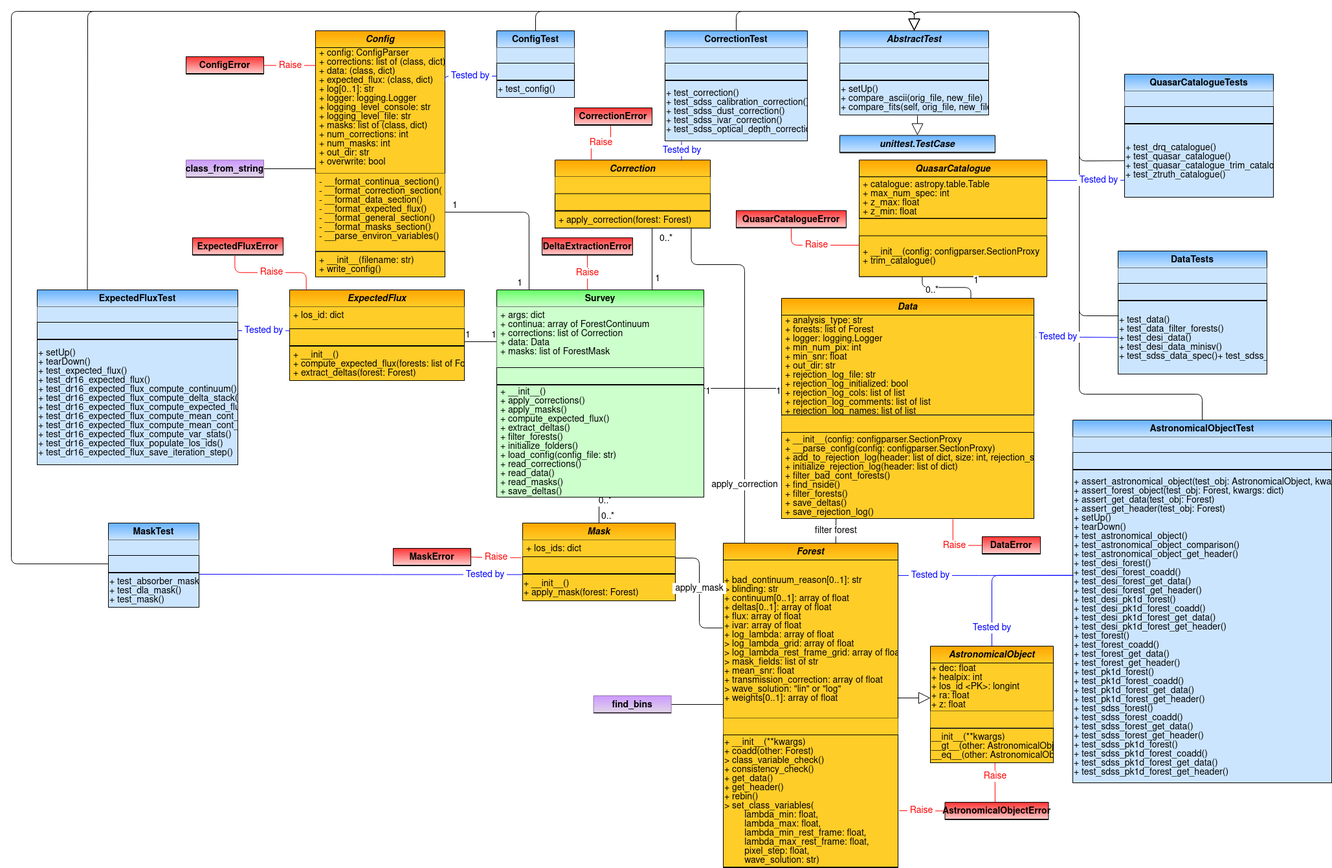
igmhub/picca keeps this draw.io diagram as docs/delta_extraction/data_model/data_model-Main.png. Above is the earlier version. Source tidied: cells renumbered, new cells last; positions are measured from the earlier drawing's top-left corner, leaving out a move shared by most shapes.
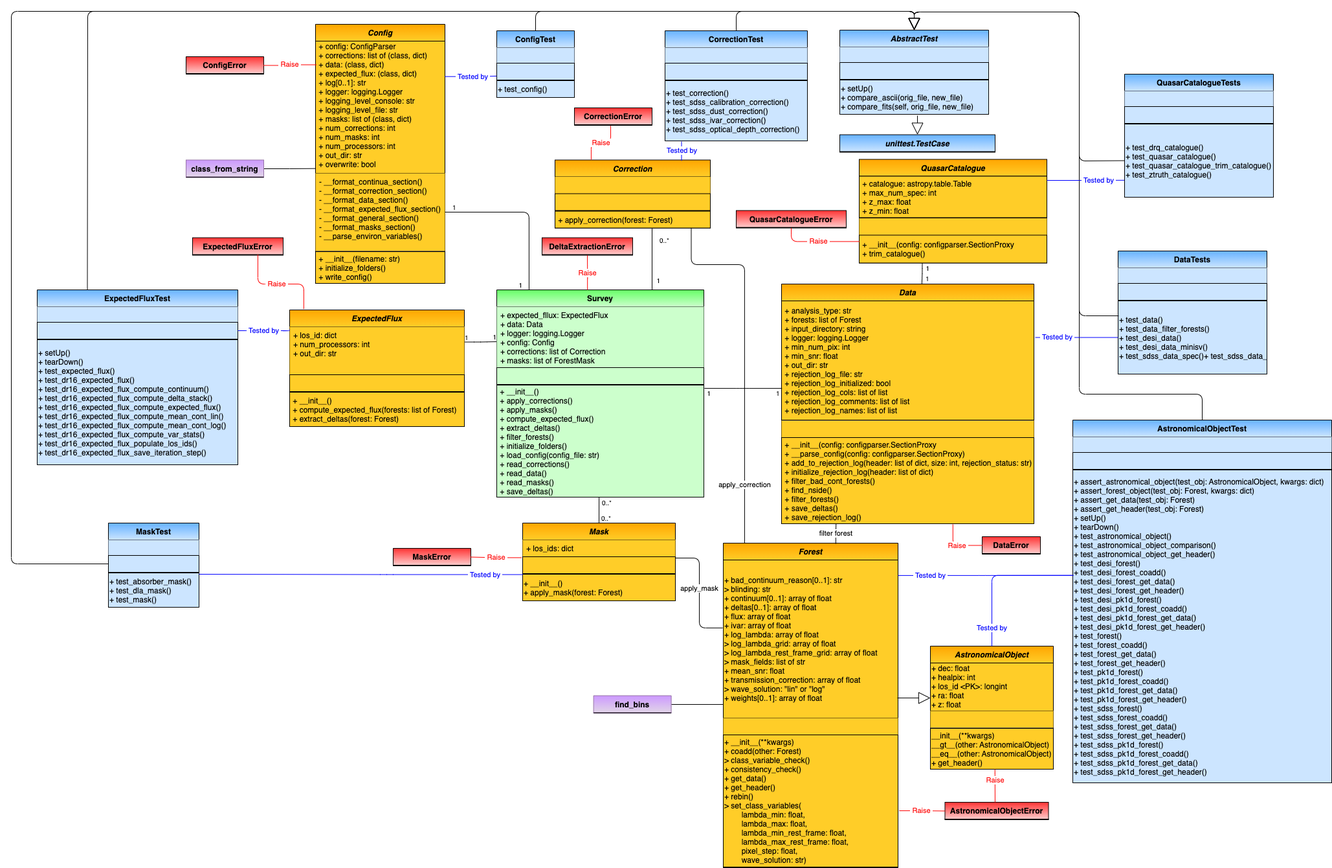
Later version of the same file.

Commit message:
updated data model

Change to the diagram source:
```diff
@@ -22,8 +22,4 @@
     </mxCell>
-    <mxCell id="5" style="endArrow=none;html=1;edgeStyle=orthogonalEdgeStyle;entryX=0;entryY=0.25;entryDx=0;entryDy=0;exitX=1.003;exitY=0.775;exitDx=0;exitDy=0;exitPerimeter=0;" parent="1" edge="1" source="30" target="8">
-      <mxGeometry relative="1" as="geometry">
-        <Array as="points">
-          <mxPoint x="750" y="510" />
-        </Array>
-      </mxGeometry>
+    <mxCell id="5" style="endArrow=none;html=1;edgeStyle=orthogonalEdgeStyle;entryX=0;entryY=0.25;entryDx=0;entryDy=0;exitX=1;exitY=0.318;exitDx=0;exitDy=0;exitPerimeter=0;" parent="1" edge="1" source="29" target="8">
+      <mxGeometry relative="1" as="geometry" />
     </mxCell>
@@ -40,3 +36,3 @@
     </mxCell>
-    <mxCell id="9" value="+ args: dict&#10;+ continua: array of ForestContinuum&#10;+ corrections: list of Correction&#10;+ data: Data&#10;+ masks: list of ForestMask&#10;" style="text;strokeColor=none;align=left;verticalAlign=top;spacingLeft=4;spacingRight=4;overflow=hidden;gradientColor=none;fillColor=#CCFFCC;" parent="8" vertex="1">
+    <mxCell id="9" value="+ expected_fllux: ExpectedFlux&#10;+ data: Data&#10;+ logger: logging.Logger&#10;+ config: Config&#10;+ corrections: list of Correction&#10;+ masks: list of ForestMask" style="text;strokeColor=none;align=left;verticalAlign=top;spacingLeft=4;spacingRight=4;overflow=hidden;gradientColor=none;fillColor=#CCFFCC;" parent="8" vertex="1">
       <mxGeometry y="26" width="320" height="94" as="geometry" />
@@ -98,30 +94,30 @@
     <mxCell id="28" value="ExpectedFlux" style="swimlane;fontStyle=3;horizontal=1;startSize=26;fillColor=#ffcd28;swimlaneFillColor=#ffffff;rounded=0;shadow=0;glass=0;comic=0;strokeColor=#000000;gradientColor=#ffa500;swimlaneLine=1;gradientDirection=north;" parent="1" vertex="1">
-      <mxGeometry x="430" y="430" width="270" height="140" as="geometry" />
+      <mxGeometry x="430" y="461" width="270" height="180" as="geometry" />
     </mxCell>
-    <mxCell id="29" value="+ los_id: dict" style="text;strokeColor=none;fillColor=#ffcd28;align=left;verticalAlign=top;spacingLeft=4;spacingRight=4;overflow=hidden;points=[[0,0.5],[1,0.5]];portConstraint=eastwest;gradientColor=none;" parent="28" vertex="1">
-      <mxGeometry y="26" width="270" height="34" as="geometry" />
+    <mxCell id="29" value="+ los_id: dict&#10;+ num_processors: int&#10;+ out_dir: str" style="text;strokeColor=none;fillColor=#ffcd28;align=left;verticalAlign=top;spacingLeft=4;spacingRight=4;overflow=hidden;points=[[0,0.5],[1,0.5]];portConstraint=eastwest;gradientColor=none;" parent="28" vertex="1">
+      <mxGeometry y="26" width="270" height="74" as="geometry" />
     </mxCell>
     <mxCell id="30" style="text;strokeColor=#000000;fillColor=#ffcd28;align=left;verticalAlign=middle;overflow=hidden;points=[[0,0.5],[1,0.5]];portConstraint=eastwest;rounded=0;shadow=0;glass=0;comic=0;fontStyle=0;gradientColor=none;swimlaneFillColor=#ffffff;gradientDirection=north;startSize=26;" parent="28" vertex="1">
-      <mxGeometry y="60" width="270" height="26" as="geometry" />
+      <mxGeometry y="100" width="270" height="26" as="geometry" />
     </mxCell>
     <mxCell id="31" style="line;strokeWidth=1;fillColor=none;align=left;verticalAlign=middle;spacingTop=-1;spacingLeft=3;spacingRight=3;labelPosition=right;rounded=0;shadow=0;glass=0;comic=0;" parent="28" vertex="1">
-      <mxGeometry y="86" width="270" height="1" as="geometry" />
+      <mxGeometry y="126" width="270" height="1" as="geometry" />
     </mxCell>
     <mxCell id="32" value=" + __init__()&#10; + compute_expected_flux(forests: list of Forest)&#10; + extract_deltas(forest: Forest)" style="text;strokeColor=#000000;fillColor=#ffcd28;align=left;verticalAlign=middle;overflow=hidden;rounded=0;shadow=0;glass=0;comic=0;fontStyle=0;gradientColor=none;swimlaneFillColor=#ffffff;gradientDirection=north;startSize=26;" parent="28" vertex="1">
-      <mxGeometry y="87" width="270" height="53" as="geometry" />
+      <mxGeometry y="127" width="270" height="53" as="geometry" />
     </mxCell>
     <mxCell id="33" value="Config" style="swimlane;fontStyle=3;horizontal=1;startSize=26;fillColor=#ffcd28;swimlaneFillColor=#ffffff;rounded=0;shadow=0;glass=0;comic=0;strokeColor=#000000;gradientColor=#ffa500;swimlaneLine=1;gradientDirection=north;" parent="1" vertex="1">
-      <mxGeometry x="470" y="30" width="200" height="380" as="geometry" />
+      <mxGeometry x="470" y="20" width="200" height="400" as="geometry" />
     </mxCell>
-    <mxCell id="34" value=" + config: ConfigParser&#10; + corrections: list of (class, dict)&#10; + data: (class, dict)&#10; + expected_flux: (class, dict)&#10; + log[0..1]: str&#10; + logger: logging.Logger&#10; + logging_level_console: str&#10; + logging_level_file: str&#10; + masks: list of (class, dict)&#10; + num_corrections: int&#10; + num_masks: int&#10; + out_dir: str&#10; + overwrite: bool&#10;" style="text;strokeColor=#000000;fillColor=#ffcd28;align=left;verticalAlign=middle;overflow=hidden;points=[[0,0.5],[1,0.5]];portConstraint=eastwest;rounded=0;shadow=0;glass=0;comic=0;fontStyle=0;gradientColor=none;swimlaneFillColor=#ffffff;gradientDirection=north;startSize=26;" parent="33" vertex="1">
-      <mxGeometry y="26" width="200" height="194" as="geometry" />
+    <mxCell id="34" value=" + config: ConfigParser&#10; + corrections: list of (class, dict)&#10; + data: (class, dict)&#10; + expected_flux: (class, dict)&#10; + log[0..1]: str&#10; + logger: logging.Logger&#10; + logging_level_console: str&#10; + logging_level_file: str&#10; + masks: list of (class, dict)&#10; + num_corrections: int&#10; + num_masks: int&#10; + num_processors: int&#10; + out_dir: str&#10; + overwrite: bool&#10;" style="text;strokeColor=#000000;fillColor=#ffcd28;align=left;verticalAlign=middle;overflow=hidden;points=[[0,0.5],[1,0.5]];portConstraint=eastwest;rounded=0;shadow=0;glass=0;comic=0;fontStyle=0;gradientColor=none;swimlaneFillColor=#ffffff;gradientDirection=north;startSize=26;" parent="33" vertex="1">
+      <mxGeometry y="26" width="200" height="204" as="geometry" />
     </mxCell>
-    <mxCell id="35" value="- __format_continua_section()&#10;- __format_correction_section()&#10;- __format_data_section()&#10;- __format_expected_flux()&#10;- __format_general_section()&#10;- __format_masks_section()&#10;- __parse_environ_variables()" style="text;strokeColor=none;fillColor=#ffcd28;align=left;verticalAlign=top;spacingLeft=4;spacingRight=4;overflow=hidden;points=[[0,0.5],[1,0.5]];portConstraint=eastwest;gradientColor=none;" parent="33" vertex="1">
-      <mxGeometry y="220" width="200" height="120" as="geometry" />
+    <mxCell id="35" value="- __format_continua_section()&#10;- __format_correction_section()&#10;- __format_data_section()&#10;- __format_expected_flux_section()&#10;- __format_general_section()&#10;- __format_masks_section()&#10;- __parse_environ_variables()" style="text;strokeColor=none;fillColor=#ffcd28;align=left;verticalAlign=top;spacingLeft=4;spacingRight=4;overflow=hidden;points=[[0,0.5],[1,0.5]];portConstraint=eastwest;gradientColor=none;" parent="33" vertex="1">
+      <mxGeometry y="230" width="200" height="120" as="geometry" />
     </mxCell>
     <mxCell id="36" style="line;strokeWidth=1;fillColor=none;align=left;verticalAlign=middle;spacingTop=-1;spacingLeft=3;spacingRight=3;labelPosition=right;rounded=0;shadow=0;glass=0;comic=0;" parent="33" vertex="1">
-      <mxGeometry y="340" width="200" height="1" as="geometry" />
+      <mxGeometry y="350" width="200" height="1" as="geometry" />
     </mxCell>
-    <mxCell id="37" value=" + __init__(filename: str)&#10; + write_config()" style="text;strokeColor=#000000;fillColor=#ffcd28;align=left;verticalAlign=middle;overflow=hidden;rounded=0;shadow=0;glass=0;comic=0;fontStyle=0;gradientColor=none;swimlaneFillColor=#ffffff;gradientDirection=north;startSize=26;" parent="33" vertex="1">
-      <mxGeometry y="341" width="200" height="39" as="geometry" />
+    <mxCell id="37" value=" + __init__(filename: str)&#10; + initialize_folders()&#10; + write_config()" style="text;strokeColor=#000000;fillColor=#ffcd28;align=left;verticalAlign=middle;overflow=hidden;rounded=0;shadow=0;glass=0;comic=0;fontStyle=0;gradientColor=none;swimlaneFillColor=#ffffff;gradientDirection=north;startSize=26;" parent="33" vertex="1">
+      <mxGeometry y="351" width="200" height="49" as="geometry" />
     </mxCell>
@@ -223,3 +219,3 @@
     <mxCell id="62" value="AbstractTest" style="swimlane;fontStyle=3;horizontal=1;startSize=26;swimlaneFillColor=#ffffff;rounded=0;shadow=0;glass=0;comic=0;strokeColor=#000000;swimlaneLine=1;gradientDirection=north;gradientColor=#66B2FF;fillColor=#CCE5FF;" parent="1" vertex="1">
-      <mxGeometry x="1280" y="30" width="230" height="130" as="geometry" />
+      <mxGeometry x="1280" y="29" width="230" height="130" as="geometry" />
     </mxCell>
@@ -281,3 +277,3 @@
     </mxCell>
-    <mxCell id="76" value="&amp;nbsp;Raise&amp;nbsp;" style="endArrow=none;html=1;edgeStyle=orthogonalEdgeStyle;entryX=1;entryY=0.5;entryDx=0;entryDy=0;exitX=0.004;exitY=0.142;exitDx=0;exitDy=0;exitPerimeter=0;strokeColor=#FF0000;fontColor=#FF0000;" parent="1" edge="1" source="34" target="51">
+    <mxCell id="76" value="&amp;nbsp;Raise&amp;nbsp;" style="endArrow=none;html=1;edgeStyle=orthogonalEdgeStyle;entryX=1;entryY=0.5;entryDx=0;entryDy=0;exitX=0.005;exitY=0.179;exitDx=0;exitDy=0;exitPerimeter=0;strokeColor=#FF0000;fontColor=#FF0000;" parent="1" edge="1" source="34" target="51">
       <mxGeometry relative="1" as="geometry" />
@@ -358,15 +354,15 @@
     <mxCell id="95" value="Data" style="swimlane;fontStyle=3;horizontal=1;startSize=26;fillColor=#ffcd28;swimlaneFillColor=#ffffff;rounded=0;shadow=0;glass=0;comic=0;strokeColor=#000000;gradientColor=#ffa500;swimlaneLine=1;gradientDirection=north;" parent="1" vertex="1">
-      <mxGeometry x="1190" y="443" width="390" height="340" as="geometry" />
+      <mxGeometry x="1190" y="421" width="390" height="370" as="geometry" />
     </mxCell>
-    <mxCell id="96" value=" + analysis_type: str&#10; + forests: list of Forest&#10; + logger: logging.Logger&#10; + min_num_pix: int&#10; + min_snr: float&#10; + out_dir: str&#10; + rejection_log_file: str&#10; + rejection_log_initialized: bool&#10; + rejection_log_cols: list of list&#10; + rejection_log_comments: list of list&#10; + rejection_log_names: list of list" style="text;strokeColor=#000000;fillColor=#ffcd28;align=left;verticalAlign=middle;overflow=hidden;points=[[0,0.5],[1,0.5]];portConstraint=eastwest;rounded=0;shadow=0;glass=0;comic=0;fontStyle=0;gradientColor=none;swimlaneFillColor=#ffffff;gradientDirection=north;startSize=26;" parent="95" vertex="1">
-      <mxGeometry y="26" width="390" height="154" as="geometry" />
+    <mxCell id="96" value=" + analysis_type: str&#10; + forests: list of Forest&#10; + input_directory: string&#10; + logger: logging.Logger&#10; + min_num_pix: int&#10; + min_snr: float&#10; + out_dir: str&#10; + rejection_log_file: str&#10; + rejection_log_initialized: bool&#10; + rejection_log_cols: list of list&#10; + rejection_log_comments: list of list&#10; + rejection_log_names: list of list" style="text;strokeColor=#000000;fillColor=#ffcd28;align=left;verticalAlign=middle;overflow=hidden;points=[[0,0.5],[1,0.5]];portConstraint=eastwest;rounded=0;shadow=0;glass=0;comic=0;fontStyle=0;gradientColor=none;swimlaneFillColor=#ffffff;gradientDirection=north;startSize=26;" parent="95" vertex="1">
+      <mxGeometry y="26" width="390" height="184" as="geometry" />
     </mxCell>
     <mxCell id="97" style="line;strokeWidth=1;fillColor=none;align=left;verticalAlign=middle;spacingTop=-1;spacingLeft=3;spacingRight=3;labelPosition=right;rounded=0;shadow=0;glass=0;comic=0;" parent="95" vertex="1">
-      <mxGeometry y="180" width="390" height="1" as="geometry" />
+      <mxGeometry y="210" width="390" height="1" as="geometry" />
     </mxCell>
     <mxCell id="98" style="text;strokeColor=none;fillColor=#ffcd28;align=left;verticalAlign=top;spacingLeft=4;spacingRight=4;overflow=hidden;gradientColor=none;" parent="95" vertex="1">
-      <mxGeometry y="181" width="390" height="26" as="geometry" />
+      <mxGeometry y="211" width="390" height="26" as="geometry" />
     </mxCell>
     <mxCell id="99" value=" + __init__(config: configparser.SectionProxy&#10; + __parse_config(config: configparser.SectionProxy)&#10; + add_to_rejection_log(header: list of dict, size: int, rejection_status: str)&#10; + initialize_rejection_log(header: list of dict)&#10; + filter_bad_cont_forests()&#10; + find_nside()&#10; + filter_forests()&#10; + save_deltas()&#10; + save_rejection_log()" style="text;strokeColor=#000000;fillColor=#ffcd28;align=left;verticalAlign=middle;overflow=hidden;points=[[0,0.5],[1,0.5]];portConstraint=eastwest;rounded=0;shadow=0;glass=0;comic=0;fontStyle=0;gradientColor=none;swimlaneFillColor=#ffffff;gradientDirection=north;startSize=26;" parent="95" vertex="1">
-      <mxGeometry y="207" width="390" height="133" as="geometry" />
+      <mxGeometry y="237" width="390" height="133" as="geometry" />
     </mxCell>
@@ -399,3 +395,3 @@
     <mxCell id="106" value="AstronomicalObject" style="swimlane;fontStyle=3;horizontal=1;startSize=26;fillColor=#ffcd28;swimlaneFillColor=#ffffff;rounded=0;shadow=0;glass=0;comic=0;strokeColor=#000000;gradientColor=#ffa500;swimlaneLine=1;gradientDirection=north;" parent="1" vertex="1">
-      <mxGeometry x="1420" y="980" width="190" height="180" as="geometry" />
+      <mxGeometry x="1420" y="980" width="190" height="190" as="geometry" />
     </mxCell>
@@ -410,4 +406,4 @@
     </mxCell>
-    <mxCell id="110" value="__init__(**kwargs)&#10;__gt__(other: AstronomicalObject)&#10;__eq__(other: AstronomicalObject)" style="text;strokeColor=#000000;fillColor=#ffcd28;align=left;verticalAlign=middle;overflow=hidden;points=[[0,0.5],[1,0.5]];portConstraint=eastwest;rounded=0;shadow=0;glass=0;comic=0;fontStyle=0;gradientColor=none;swimlaneFillColor=#ffffff;gradientDirection=north;startSize=26;" parent="106" vertex="1">
-      <mxGeometry y="127" width="190" height="53" as="geometry" />
+    <mxCell id="110" value="__init__(**kwargs)&#10;__gt__(other: AstronomicalObject)&#10;__eq__(other: AstronomicalObject)&#10;+ get_header()" style="text;strokeColor=#000000;fillColor=#ffcd28;align=left;verticalAlign=middle;overflow=hidden;points=[[0,0.5],[1,0.5]];portConstraint=eastwest;rounded=0;shadow=0;glass=0;comic=0;fontStyle=0;gradientColor=none;swimlaneFillColor=#ffffff;gradientDirection=north;startSize=26;" parent="106" vertex="1">
+      <mxGeometry y="127" width="190" height="63" as="geometry" />
     </mxCell>
@@ -467,4 +463,5 @@
     </mxCell>
-    <mxCell id="124" value="&lt;font color=&quot;#0000ff&quot;&gt;&amp;nbsp;Tested by&amp;nbsp;&lt;/font&gt;" style="endArrow=none;html=1;edgeStyle=orthogonalEdgeStyle;entryX=1;entryY=0.5;entryDx=0;entryDy=0;exitX=0;exitY=0.17;exitDx=0;exitDy=0;exitPerimeter=0;strokeColor=#0000FF;" parent="1" edge="1" source="30" target="87">
+    <mxCell id="124" value="&lt;font color=&quot;#0000ff&quot;&gt;&amp;nbsp;Tested by&amp;nbsp;&lt;/font&gt;" style="endArrow=none;html=1;edgeStyle=orthogonalEdgeStyle;entryX=1;entryY=0.5;entryDx=0;entryDy=0;strokeColor=#0000FF;" parent="1" edge="1" target="87">
       <mxGeometry x="0.02" relative="1" as="geometry">
+        <mxPoint x="430" y="491" as="sourcePoint" />
         <Array as="points">
@@ -493,3 +490,3 @@
     <mxCell id="128" value="QuasarCatalogue" style="swimlane;fontStyle=3;horizontal=1;startSize=26;fillColor=#ffcd28;swimlaneFillColor=#ffffff;rounded=0;shadow=0;glass=0;comic=0;strokeColor=#000000;gradientColor=#ffa500;swimlaneLine=1;gradientDirection=north;" parent="1" vertex="1">
-      <mxGeometry x="1310" y="229.5" width="290" height="180" as="geometry" />
+      <mxGeometry x="1310" y="228.5" width="290" height="160" as="geometry" />
     </mxCell>
@@ -505,8 +502,8 @@
     <mxCell id="132" value=" + __init__(config: configparser.SectionProxy&#10; + trim_catalogue()" style="text;strokeColor=#000000;fillColor=#ffcd28;align=left;verticalAlign=middle;overflow=hidden;points=[[0,0.5],[1,0.5]];portConstraint=eastwest;rounded=0;shadow=0;glass=0;comic=0;fontStyle=0;gradientColor=none;swimlaneFillColor=#ffffff;gradientDirection=north;startSize=26;" parent="128" vertex="1">
-      <mxGeometry y="117" width="290" height="63" as="geometry" />
+      <mxGeometry y="117" width="290" height="43" as="geometry" />
     </mxCell>
-    <mxCell id="133" style="endArrow=none;html=1;edgeStyle=orthogonalEdgeStyle;entryX=0.75;entryY=0;entryDx=0;entryDy=0;exitX=0.336;exitY=1.008;exitDx=0;exitDy=0;exitPerimeter=0;" parent="1" edge="1" source="132" target="95">
+    <mxCell id="133" style="endArrow=none;html=1;edgeStyle=orthogonalEdgeStyle;entryX=0.556;entryY=0.001;entryDx=0;entryDy=0;exitX=0.336;exitY=1.008;exitDx=0;exitDy=0;exitPerimeter=0;entryPerimeter=0;" parent="1" edge="1" source="132" target="95">
       <mxGeometry relative="1" as="geometry" />
     </mxCell>
-    <mxCell id="134" value="0..*" style="html=1;align=left;verticalAlign=bottom;labelBackgroundColor=#ffffff;fontSize=10;" parent="133" vertex="1">
+    <mxCell id="134" value="1" style="html=1;align=left;verticalAlign=bottom;labelBackgroundColor=#ffffff;fontSize=10;" parent="133" vertex="1">
       <mxGeometry x="-1" relative="1" as="geometry">
@@ -635,3 +632,3 @@
     </mxCell>
-    <mxCell id="164" value="&lt;font color=&quot;#0000ff&quot;&gt;&amp;nbsp;Tested by&amp;nbsp;&lt;/font&gt;" style="endArrow=none;html=1;edgeStyle=orthogonalEdgeStyle;strokeColor=#0000FF;exitX=1.007;exitY=0.221;exitDx=0;exitDy=0;entryX=0;entryY=0.5;entryDx=0;entryDy=0;exitPerimeter=0;" parent="1" edge="1" source="96" target="156">
+    <mxCell id="164" value="&lt;font color=&quot;#0000ff&quot;&gt;&amp;nbsp;Tested by&amp;nbsp;&lt;/font&gt;" style="endArrow=none;html=1;edgeStyle=orthogonalEdgeStyle;strokeColor=#0000FF;exitX=1.005;exitY=0.307;exitDx=0;exitDy=0;entryX=0;entryY=0.5;entryDx=0;entryDy=0;exitPerimeter=0;" parent="1" edge="1" source="96" target="156">
       <mxGeometry x="-0.47" relative="1" as="geometry" />
@@ -654,3 +651,3 @@
     <mxCell id="168" value="unittest.TestCase" style="swimlane;fontStyle=3;horizontal=1;startSize=26;swimlaneFillColor=#ffffff;rounded=0;shadow=0;glass=0;comic=0;strokeColor=#000000;swimlaneLine=1;gradientDirection=north;gradientColor=#66B2FF;fillColor=#CCE5FF;" parent="1" vertex="1">
-      <mxGeometry x="1280" y="191.5" width="240" height="27" as="geometry" />
+      <mxGeometry x="1280" y="190.5" width="240" height="27" as="geometry" />
     </mxCell>
@@ -670,4 +667,9 @@
     </mxCell>
-    <mxCell id="173" value="&amp;nbsp;Raise&amp;nbsp;" style="endArrow=none;html=1;edgeStyle=orthogonalEdgeStyle;entryX=0.467;entryY=1.667;entryDx=0;entryDy=0;entryPerimeter=0;exitX=0.095;exitY=0.009;exitDx=0;exitDy=0;strokeColor=#FF0000;fontColor=#FF0000;exitPerimeter=0;" parent="1" edge="1" source="28" target="172">
-      <mxGeometry relative="1" as="geometry" />
+    <mxCell id="173" value="&amp;nbsp;Raise&amp;nbsp;" style="endArrow=none;html=1;edgeStyle=orthogonalEdgeStyle;exitX=0.081;exitY=-0.008;exitDx=0;exitDy=0;strokeColor=#FF0000;fontColor=#FF0000;exitPerimeter=0;entryX=0.721;entryY=0;entryDx=0;entryDy=0;entryPerimeter=0;" parent="1" edge="1" source="28" target="172">
+      <mxGeometry x="0.04" relative="1" as="geometry">
+        <Array as="points">
+          <mxPoint x="452" y="421" />
+          <mxPoint x="381" y="421" />
+        </Array>
+      </mxGeometry>
     </mxCell>
```
